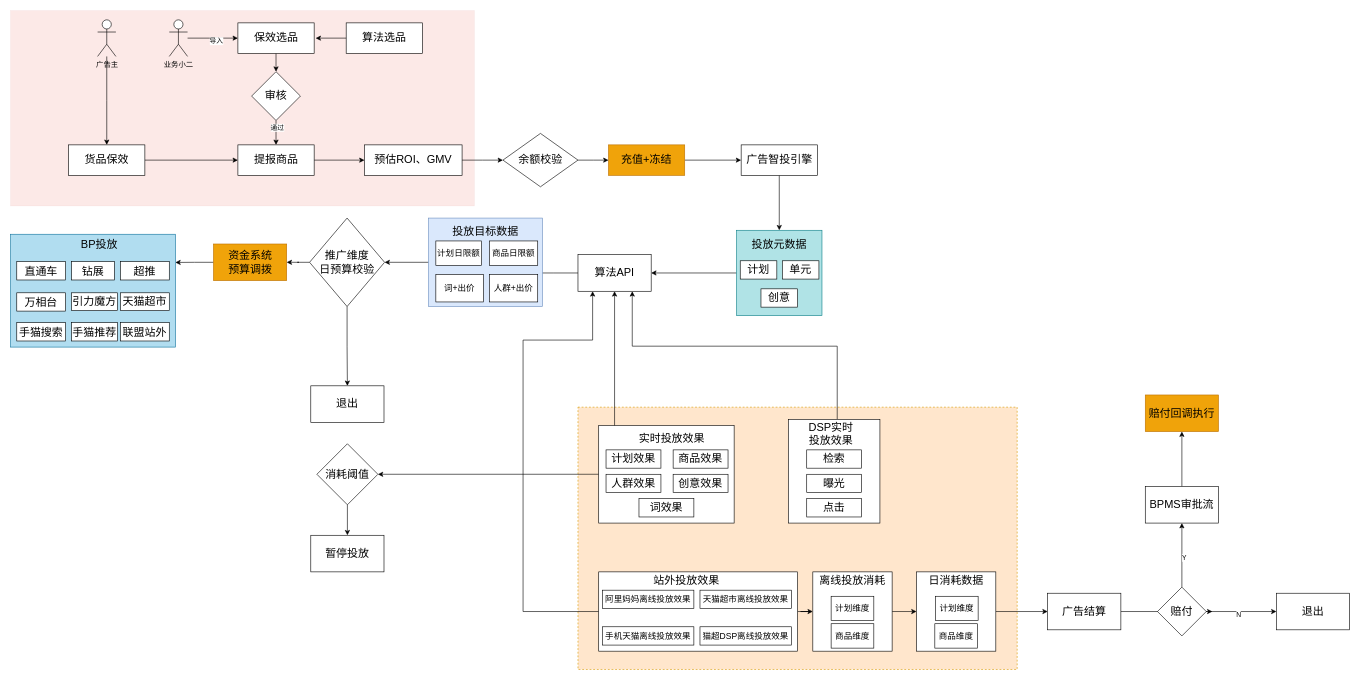
RuishanFang/notes keeps this draw.io diagram as 货品保效.drawio. Above is the earlier version. Source tidied: cells renumbered, new cells numbered last; positions are measured from the earlier drawing's top-left corner, leaving out a move shared by most shapes. Both pictures are drawn from the tidied source at 61%, with x=0, y=0 at pixel (10, 10).
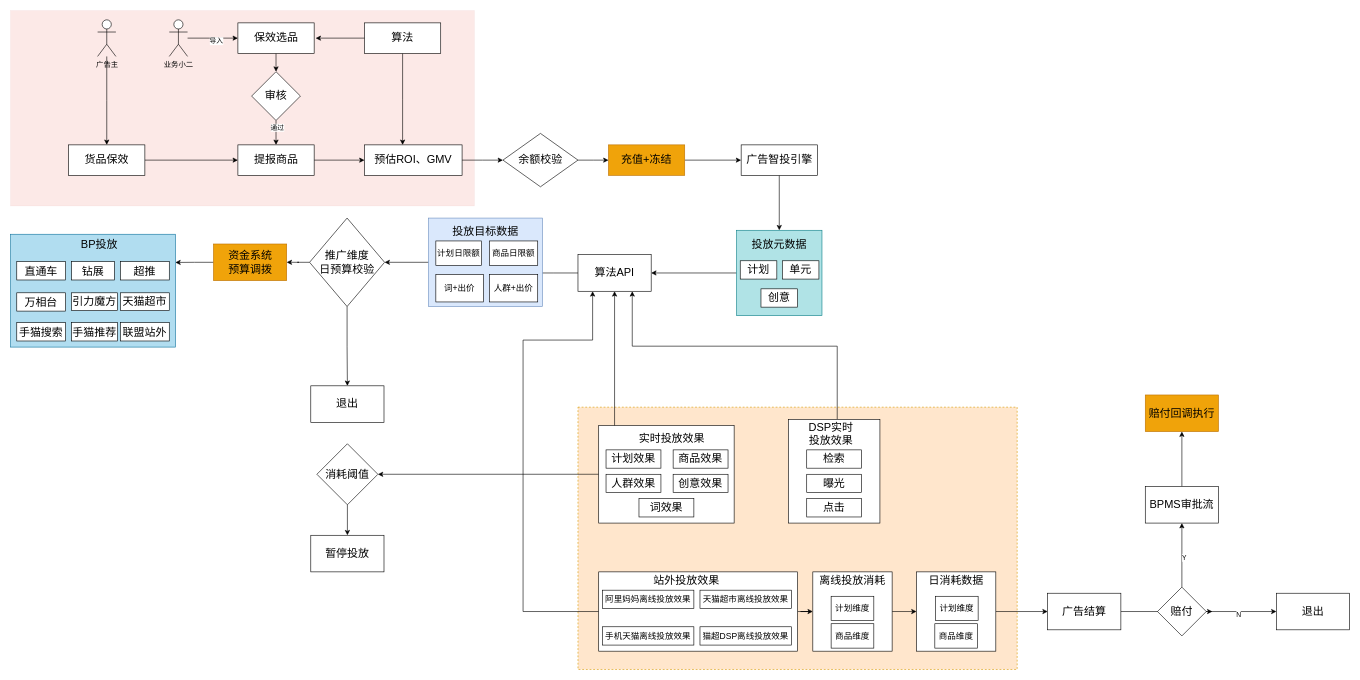
The same page after the edit.

Commit message:
更新货品保效.drawio

The edit, as a diff of the source:
```diff
@@
+    <mxCell id="107" style="edgeStyle=orthogonalEdgeStyle;rounded=0;jettySize=auto;html=1;" parent="1" edge="1" source="104">
+      <mxGeometry relative="1" as="geometry">
+        <mxPoint x="642.5" y="220" as="targetPoint" />
+      </mxGeometry>
+    </mxCell>
-    <mxCell id="104" value="&lt;font style=&quot;font-size: 18px;&quot;&gt;算法选品&lt;/font&gt;" style="rounded=0;whiteSpace=wrap;html=1;" parent="1" vertex="1">
-      <mxGeometry x="550" y="20" width="125" height="50" as="geometry" />
+    <mxCell id="104" value="&lt;font style=&quot;font-size: 18px;&quot;&gt;算法&lt;/font&gt;" style="rounded=0;whiteSpace=wrap;html=1;" parent="1" vertex="1">
+      <mxGeometry x="580" y="20" width="125" height="50" as="geometry" />
     </mxCell>
```
